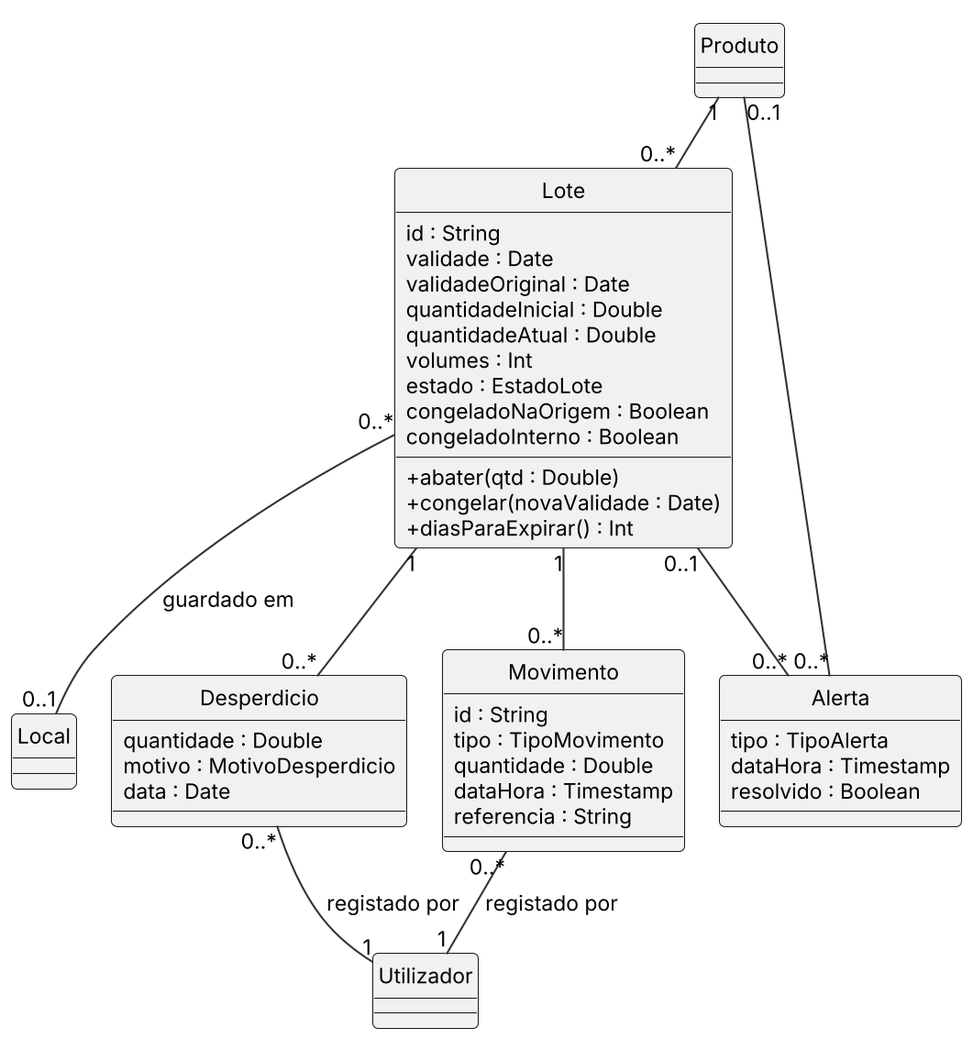
This is Docs/diagramas/cl_stock.png from Miguel31028/GASC, a PlantUML export, as it was before one commit.
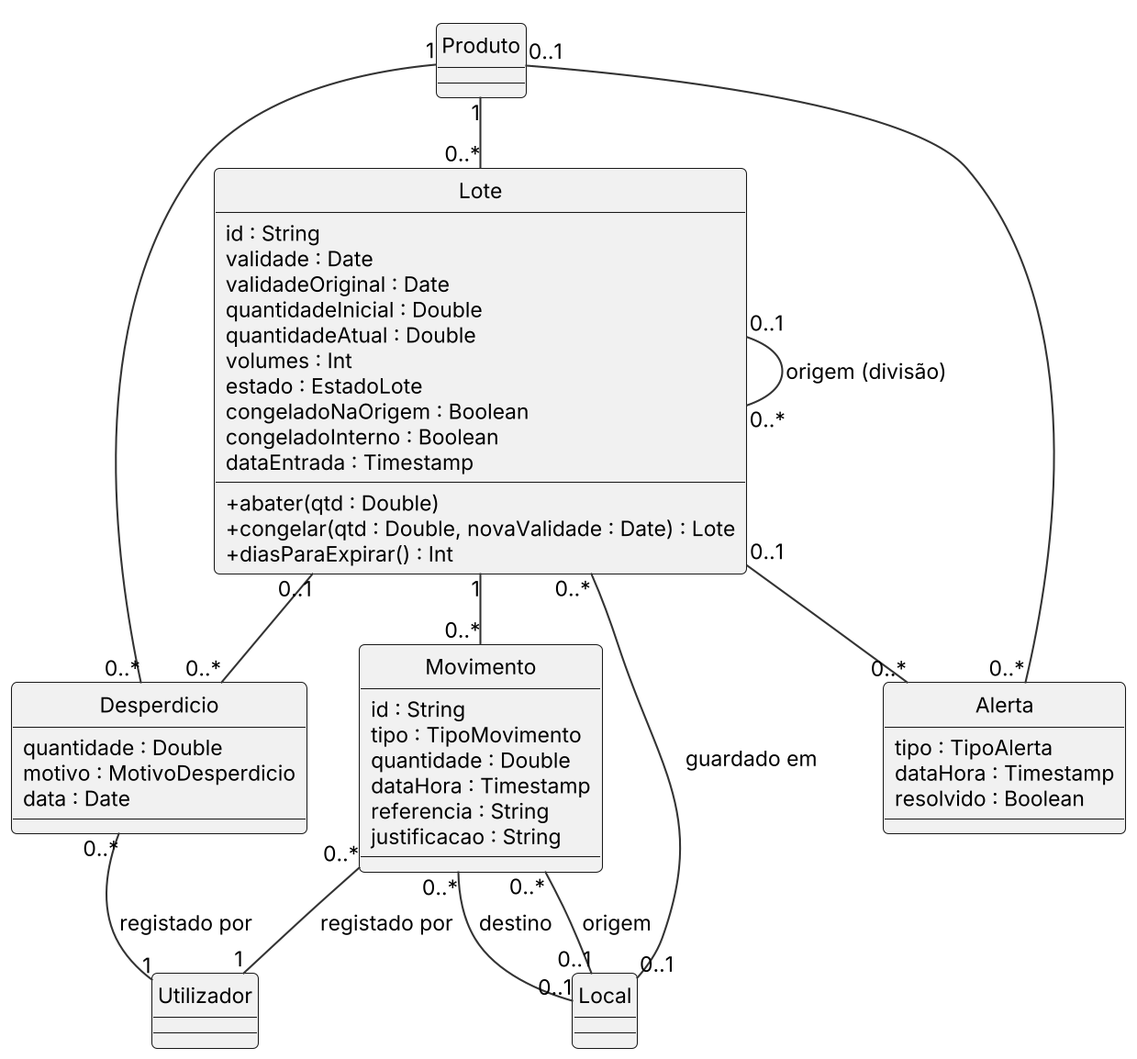
The same diagram one commit later.

Change to the diagram source:
```diff
@@ -12,8 +12,9 @@
   estado : EstadoLote
   congeladoNaOrigem : Boolean
   congeladoInterno : Boolean
+  dataEntrada : Timestamp
   +abater(qtd : Double)
-  +congelar(novaValidade : Date)
+  +congelar(qtd : Double, novaValidade : Date) : Lote
   +diasParaExpirar() : Int
 }
 class Movimento {
@@ -22,6 +23,7 @@
   quantidade : Double
   dataHora : Timestamp
   referencia : String
+  justificacao : String
 }
 class Desperdicio {
   quantidade : Double
@@ -38,8 +40,12 @@
 class Utilizador
 Produto "1" -- "0..*" Lote
 Lote "0..*" -- "0..1" Local : guardado em >
+Lote "0..1" -- "0..*" Lote : origem (divisão) >
 Lote "1" -- "0..*" Movimento
-Lote "1" -- "0..*" Desperdicio
+Movimento "0..*" -- "0..1" Local : origem >
+Movimento "0..*" -- "0..1" Local : destino >
+Lote "0..1" -- "0..*" Desperdicio
+Produto "1" -- "0..*" Desperdicio
 Lote "0..1" -- "0..*" Alerta
 Produto "0..1" -- "0..*" Alerta
 Movimento "0..*" -- "1" Utilizador : registado por >
```
